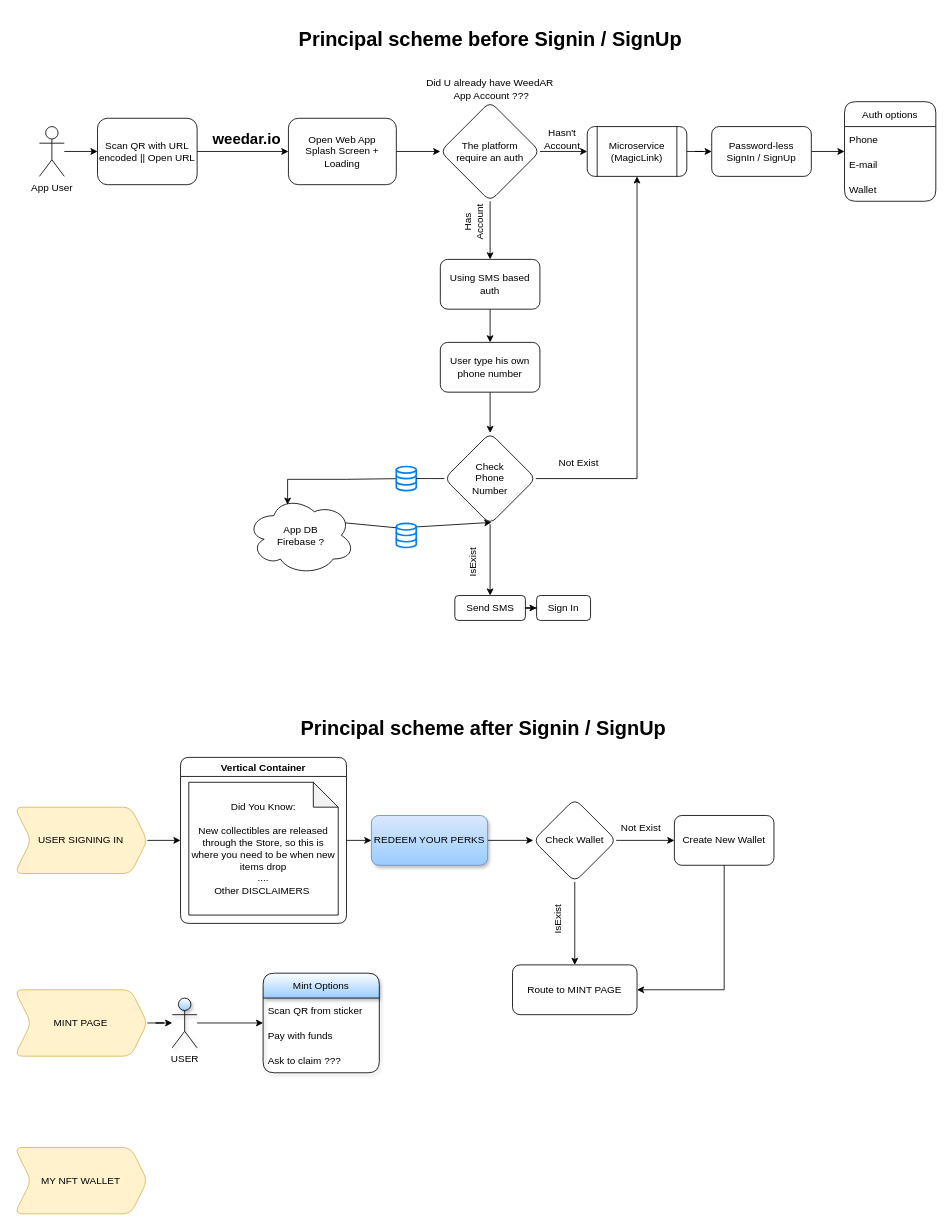
googleeer/weedar keeps this draw.io diagram as weedar-flowchart.drawio. Above is the earlier version. Source tidied: cells renumbered, new cells numbered last; positions are measured from the earlier drawing's top-left corner, leaving out a move shared by most shapes. Both pictures are drawn from the tidied source at 83%, with x=0, y=0 at pixel (14, 27).
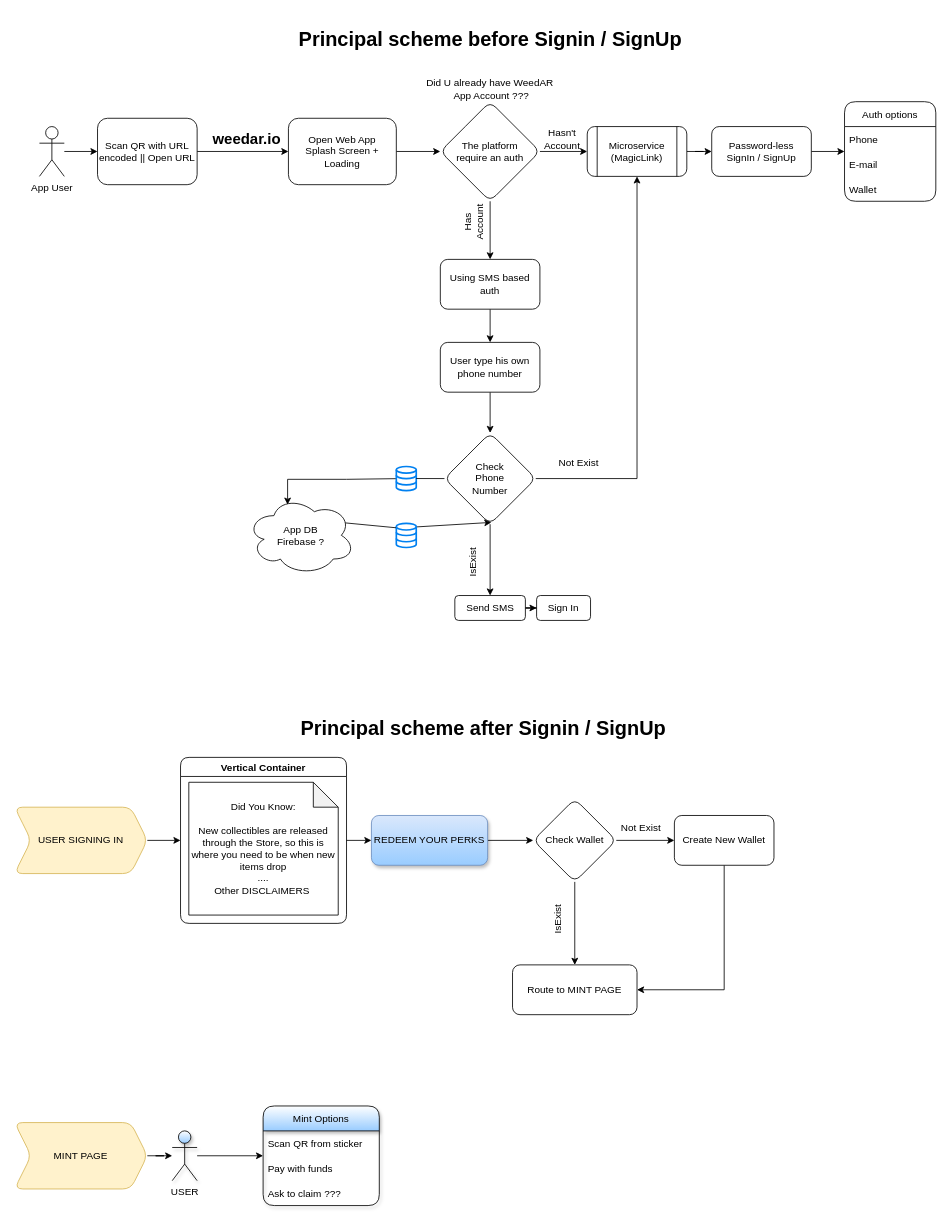
Above is the later version.

Diff of the diagram source:
```diff
@@
-    <mxCell id="54" value="MY NFT WALLET" style="shape=step;perimeter=stepPerimeter;whiteSpace=wrap;html=1;fixedSize=1;rounded=1;fillColor=#fff2cc;strokeColor=#d6b656;" parent="1" vertex="1">
-      <mxGeometry y="1350" width="160" height="80" as="geometry" />
-    </mxCell>
@@
     <mxCell id="56" value="MINT PAGE" style="shape=step;perimeter=stepPerimeter;whiteSpace=wrap;html=1;fixedSize=1;rounded=1;fillColor=#fff2cc;strokeColor=#d6b656;" parent="1" vertex="1">
-      <mxGeometry y="1160" width="160" height="80" as="geometry" />
+      <mxGeometry y="1320" width="160" height="80" as="geometry" />
     </mxCell>
@@
     <mxCell id="63" value="USER" style="shape=umlActor;verticalLabelPosition=bottom;verticalAlign=top;html=1;outlineConnect=0;rounded=1;shadow=1;gradientColor=#99CCFF;" parent="1" vertex="1">
-      <mxGeometry x="190" y="1170" width="30" height="60" as="geometry" />
+      <mxGeometry x="190" y="1330" width="30" height="60" as="geometry" />
     </mxCell>
     <mxCell id="64" value="Mint Options" style="swimlane;fontStyle=0;horizontal=1;startSize=30;rounded=1;shadow=1;gradientColor=#99CCFF;" parent="1" vertex="1">
-      <mxGeometry x="299.5" y="1140" width="140" height="120" as="geometry" />
+      <mxGeometry x="299.5" y="1300" width="140" height="120" as="geometry" />
     </mxCell>
```
